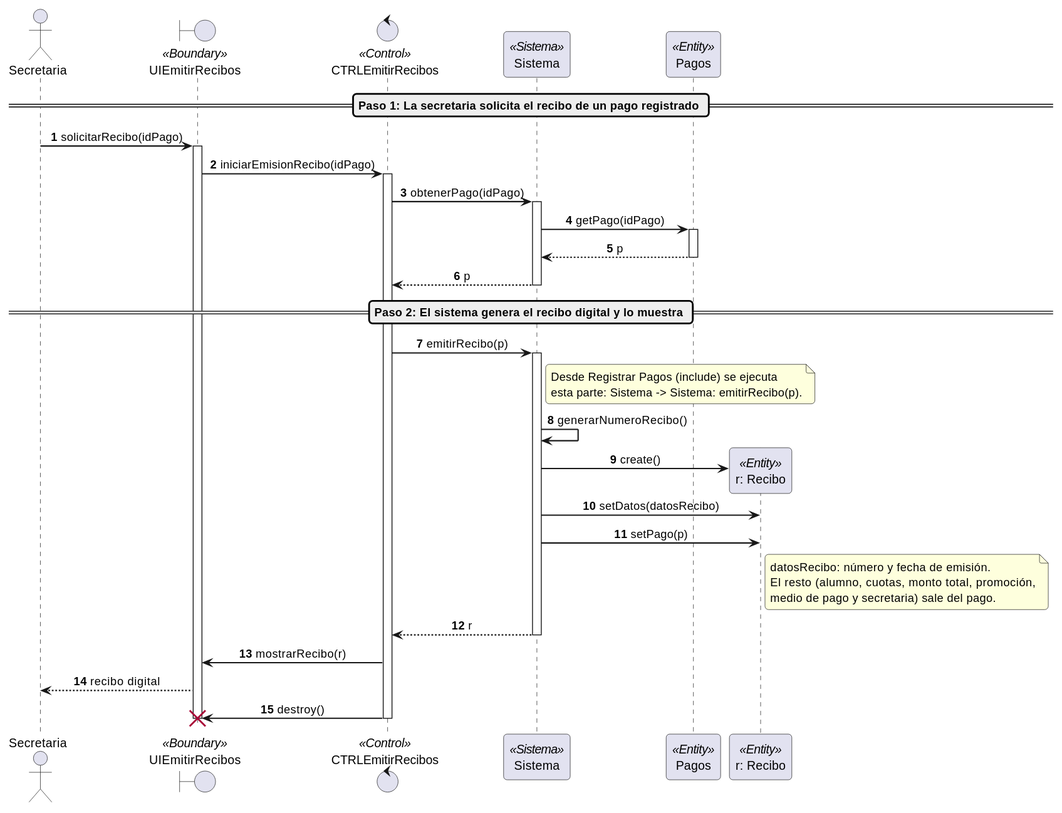
sandobaitt/TpDiseno keeps this PlantUML diagram as tpi2/02-realizacion-cu/4b_secuencia_emitir_recibos.svg. Above is the earlier version. Its diagram source:
```plantuml
@startuml
!pragma layout smetana
!pragma layout smetana
autonumber
skinparam shadowing false
skinparam roundcorner 8
skinparam sequenceArrowThickness 1.5
skinparam sequenceMessageAlign center
skinparam responseMessageBelowArrow true


actor "Secretaria" as Actor
boundary "UIEmitirRecibos" as UI <<Boundary>>
control "CTRLEmitirRecibos" as CTRLCU <<Control>>
participant "Sistema" as Sistema <<Sistema>>
participant "Pagos" as Pagos <<Entity>>
participant "r: Recibo" as Recibo <<Entity>>

== Paso 1: La secretaria solicita el recibo de un pago registrado ==
Actor -> UI: solicitarRecibo(idPago)
activate UI
UI -> CTRLCU: iniciarEmisionRecibo(idPago)
activate CTRLCU

CTRLCU -> Sistema: obtenerPago(idPago)
activate Sistema
Sistema -> Pagos: getPago(idPago)
activate Pagos
Pagos --> Sistema: p
deactivate Pagos
Sistema --> CTRLCU: p
deactivate Sistema

== Paso 2: El sistema genera el recibo digital y lo muestra ==
CTRLCU -> Sistema: emitirRecibo(p)
activate Sistema

note right of Sistema
  Desde Registrar Pagos (include) se ejecuta
  esta parte: Sistema -> Sistema: emitirRecibo(p).
end note

Sistema -> Sistema: generarNumeroRecibo()

create Recibo
Sistema -> Recibo: create()
Sistema -> Recibo: setDatos(datosRecibo)
Sistema -> Recibo: setPago(p)

note right of Recibo
  datosRecibo: número y fecha de emisión.
  El resto (alumno, cuotas, monto total, promoción,
  medio de pago y secretaria) sale del pago.
end note

Sistema --> CTRLCU: r
deactivate Sistema

CTRLCU -> UI: mostrarRecibo(r)
UI --> Actor: recibo digital

CTRLCU -> UI: destroy()
destroy UI
deactivate CTRLCU
@enduml
```
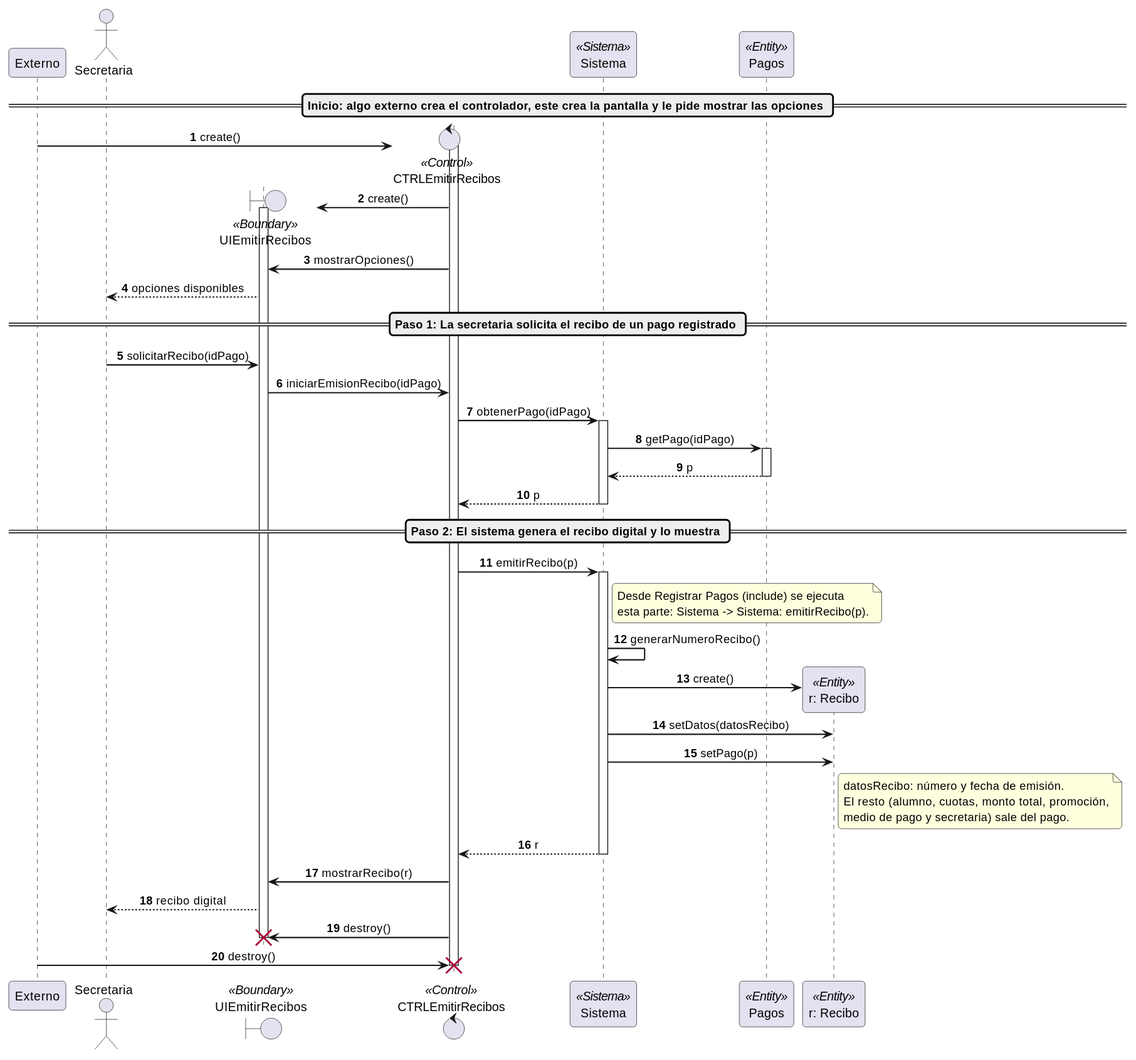
The same file after the commit.

Diff of the diagram source:
```diff
@@ -9,6 +9,7 @@
 skinparam responseMessageBelowArrow true
 
 
+participant "Externo" as Externo
 actor "Secretaria" as Actor
 boundary "UIEmitirRecibos" as UI <<Boundary>>
 control "CTRLEmitirRecibos" as CTRLCU <<Control>>
@@ -16,11 +17,19 @@
 participant "Pagos" as Pagos <<Entity>>
 participant "r: Recibo" as Recibo <<Entity>>
 
+== Inicio: algo externo crea el controlador, este crea la pantalla y le pide mostrar las opciones ==
+create CTRLCU
+Externo -> CTRLCU: create()
+activate CTRLCU
+create UI
+CTRLCU -> UI: create()
+activate UI
+CTRLCU -> UI: mostrarOpciones()
+UI --> Actor: opciones disponibles
+
 == Paso 1: La secretaria solicita el recibo de un pago registrado ==
 Actor -> UI: solicitarRecibo(idPago)
-activate UI
 UI -> CTRLCU: iniciarEmisionRecibo(idPago)
-activate CTRLCU
 
 CTRLCU -> Sistema: obtenerPago(idPago)
 activate Sistema
@@ -61,5 +70,6 @@
 
 CTRLCU -> UI: destroy()
 destroy UI
-deactivate CTRLCU
+Externo -> CTRLCU: destroy()
+destroy CTRLCU
 @enduml
```
